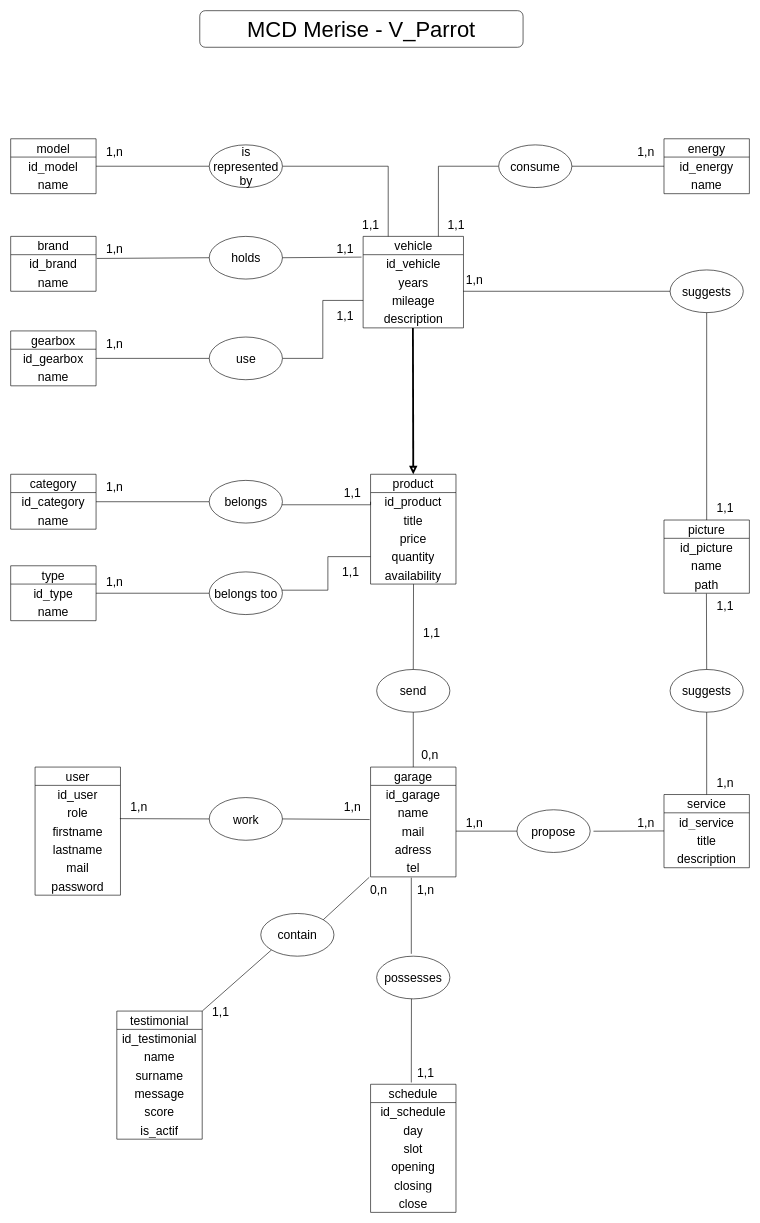
The draw.io diagram doc/MCD.drawio in Lykoleen/SF_V_Parrot, before the edit. Source tidied: cells renumbered, new cells numbered last; positions are measured from the earlier drawing's top-left corner, leaving out a move shared by most shapes. Both pictures are drawn from the tidied source at 61%, with x=0, y=0 at pixel (10, 10).
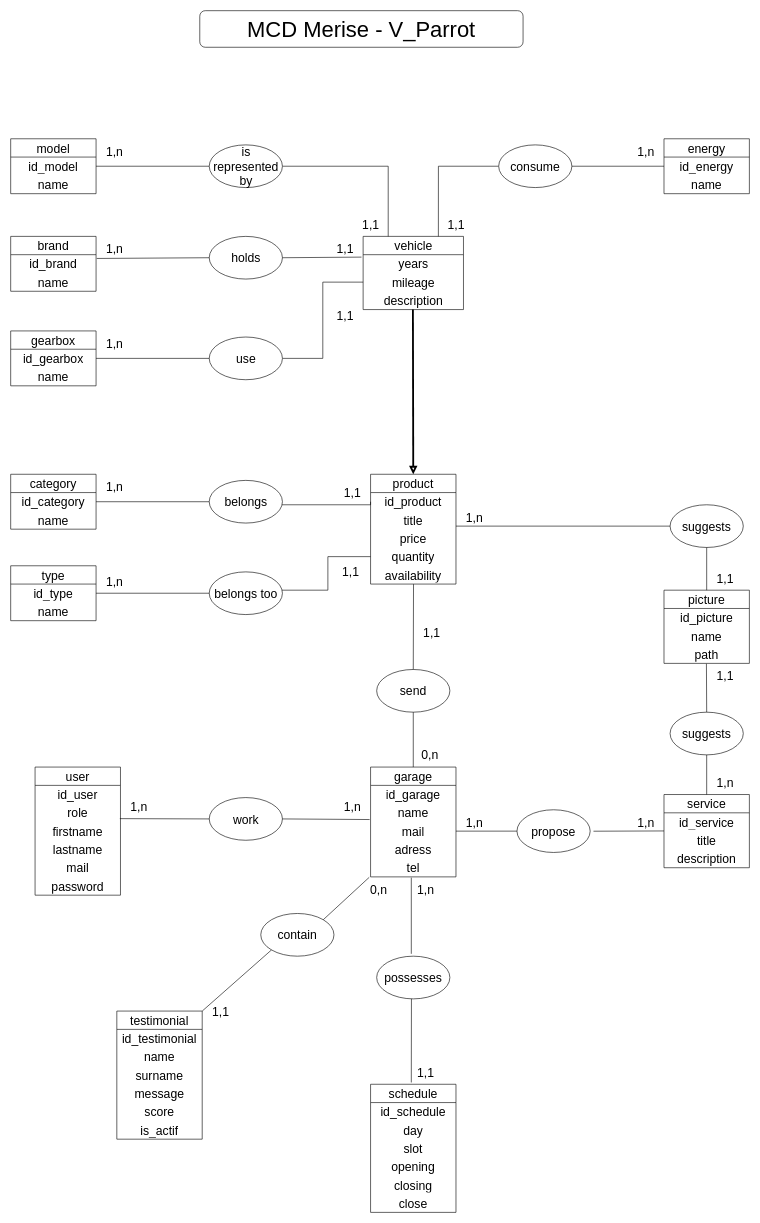
Above is the later version.

Unchanged cells that the change refers to:
```xml
<mxCell id="44" value="title" style="text;strokeColor=none;fillColor=none;align=center;verticalAlign=middle;spacingLeft=4;spacingRight=4;overflow=hidden;points=[[0,0.5],[1,0.5]];portConstraint=eastwest;whiteSpace=wrap;html=1;fontSize=20;" parent="42" vertex="1">
  <mxGeometry y="60" width="140" height="30" as="geometry" />
</mxCell>
<mxCell id="80" value="holds" style="ellipse;whiteSpace=wrap;html=1;fontSize=20;" parent="1" vertex="1">
  <mxGeometry x="325.5" y="370" width="120" height="70" as="geometry" />
</mxCell>
```

Diff of the diagram source:
```diff
@@
     <mxCell id="65" value="vehicle" style="swimlane;fontStyle=0;horizontal=1;startSize=30;whiteSpace=wrap;html=1;align=center;fontSize=20;" parent="1" vertex="1">
-      <mxGeometry x="577.8" y="370" width="164.5" height="150" as="geometry" />
+      <mxGeometry x="577.8" y="370" width="164.5" height="120" as="geometry" />
     </mxCell>
-    <mxCell id="66" value="id_vehicle" style="text;strokeColor=none;fillColor=none;align=center;verticalAlign=middle;spacingLeft=4;spacingRight=4;overflow=hidden;points=[[0,0.5],[1,0.5]];portConstraint=eastwest;whiteSpace=wrap;html=1;fontSize=20;" parent="65" vertex="1">
-      <mxGeometry y="30" width="164.5" height="30" as="geometry" />
-    </mxCell>
     <mxCell id="67" value="years" style="text;strokeColor=none;fillColor=none;align=center;verticalAlign=middle;spacingLeft=4;spacingRight=4;overflow=hidden;whiteSpace=wrap;html=1;fontSize=20;" parent="65" vertex="1">
-      <mxGeometry y="60" width="164.5" height="30" as="geometry" />
+      <mxGeometry y="30" width="164.5" height="30" as="geometry" />
     </mxCell>
     <mxCell id="68" value="mileage" style="text;strokeColor=none;fillColor=none;align=center;verticalAlign=middle;spacingLeft=4;spacingRight=4;overflow=hidden;points=[[0,0.5],[1,0.5]];portConstraint=eastwest;whiteSpace=wrap;html=1;fontSize=20;" parent="65" vertex="1">
-      <mxGeometry y="90" width="164.5" height="30" as="geometry" />
+      <mxGeometry y="60" width="164.5" height="30" as="geometry" />
     </mxCell>
     <mxCell id="69" value="description" style="text;strokeColor=none;fillColor=none;align=center;verticalAlign=middle;spacingLeft=4;spacingRight=4;overflow=hidden;points=[[0,0.5],[1,0.5]];portConstraint=eastwest;whiteSpace=wrap;html=1;fontSize=20;" parent="65" vertex="1">
-      <mxGeometry y="120" width="164.5" height="30" as="geometry" />
+      <mxGeometry y="90" width="164.5" height="30" as="geometry" />
     </mxCell>
@@
-    <mxCell id="82" style="endArrow=none;html=1;rounded=0;entryX=1;entryY=0.5;entryDx=0;entryDy=0;exitX=-0.016;exitY=0.133;exitDx=0;exitDy=0;exitPerimeter=0;" parent="1" edge="1" source="66" target="80">
-      <mxGeometry relative="1" as="geometry" />
+    <mxCell id="82" style="endArrow=none;html=1;rounded=0;entryX=1;entryY=0.5;entryDx=0;entryDy=0;exitX=-0.016;exitY=0.133;exitDx=0;exitDy=0;exitPerimeter=0;" parent="1" edge="1" target="80">
+      <mxGeometry relative="1" as="geometry">
+        <mxPoint x="575.1" y="404" as="sourcePoint" />
+      </mxGeometry>
     </mxCell>
@@
     <mxCell id="87" value="picture" style="swimlane;fontStyle=0;horizontal=1;startSize=30;whiteSpace=wrap;html=1;align=center;fontSize=20;" parent="1" vertex="1">
-      <mxGeometry x="1071" y="835" width="140" height="120" as="geometry" />
+      <mxGeometry x="1071" y="950" width="140" height="120" as="geometry" />
     </mxCell>
@@
     <mxCell id="91" value="suggests" style="ellipse;whiteSpace=wrap;html=1;fontSize=20;" parent="1" vertex="1">
-      <mxGeometry x="1081" y="425" width="120" height="70" as="geometry" />
+      <mxGeometry x="1081" y="810" width="120" height="70" as="geometry" />
     </mxCell>
     <mxCell id="92" value="suggests" style="ellipse;whiteSpace=wrap;html=1;fontSize=20;" parent="1" vertex="1">
-      <mxGeometry x="1081" y="1080" width="120" height="70" as="geometry" />
+      <mxGeometry x="1081" y="1150" width="120" height="70" as="geometry" />
     </mxCell>
-    <mxCell id="93" style="endArrow=none;html=1;rounded=0;entryX=0;entryY=0.5;entryDx=0;entryDy=0;exitX=0.2;exitY=1;exitDx=0;exitDy=0;exitPerimeter=0;" parent="1" edge="1" source="100" target="91">
+    <mxCell id="93" style="endArrow=none;html=1;rounded=0;entryX=0;entryY=0.5;entryDx=0;entryDy=0;exitX=1;exitY=0.833;exitDx=0;exitDy=0;exitPerimeter=0;" parent="1" edge="1" source="44" target="91">
       <mxGeometry relative="1" as="geometry" />
     </mxCell>
@@
     <mxCell id="98" value="1,1" style="text;html=1;align=center;verticalAlign=middle;strokeColor=none;fillColor=none;fontSize=20;" parent="1" vertex="1">
-      <mxGeometry x="1141" y="955" width="60" height="40" as="geometry" />
+      <mxGeometry x="1141" y="1070" width="60" height="40" as="geometry" />
     </mxCell>
     <mxCell id="99" value="1,1" style="text;html=1;align=center;verticalAlign=middle;strokeColor=none;fillColor=none;fontSize=20;" parent="1" vertex="1">
-      <mxGeometry x="1141" y="795" width="60" height="40" as="geometry" />
+      <mxGeometry x="1141" y="910" width="60" height="40" as="geometry" />
     </mxCell>
     <mxCell id="100" value="1,n" style="text;html=1;align=center;verticalAlign=middle;points=[];strokeColor=none;fillColor=none;fontSize=20;" parent="1" vertex="1">
-      <mxGeometry x="730" y="420" width="60" height="40" as="geometry" />
+      <mxGeometry x="730" y="810" width="60" height="40" as="geometry" />
     </mxCell>
```
